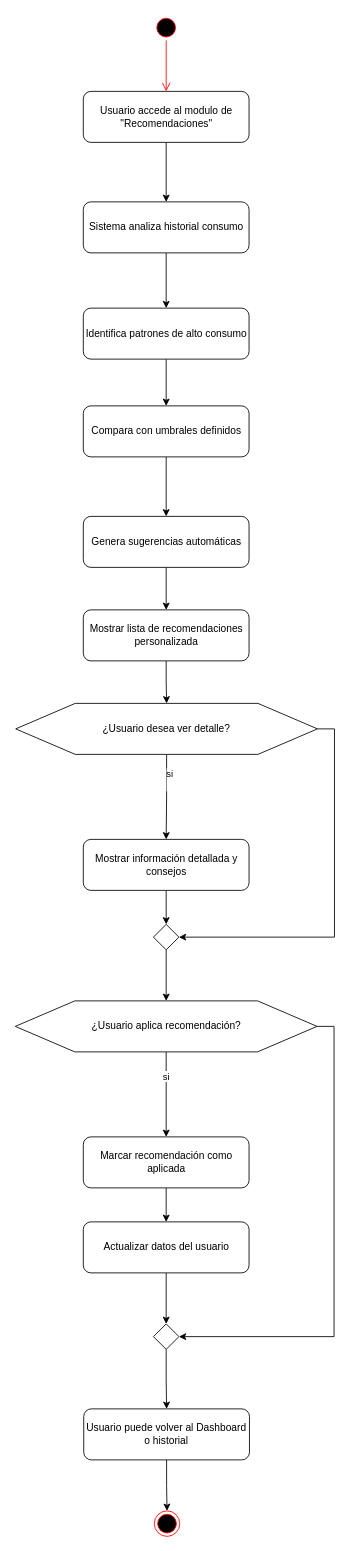
This is Flujos de interaccion de usuario/Flujo de recomendaciones electricas.drawio from Juan-Cortes2045/Energy-Monitor-Documentation, a draw.io file, before an edit. Source tidied: cells renumbered, new cells numbered last; positions are measured from the earlier drawing's top-left corner, leaving out a move shared by most shapes. Both pictures are drawn from the tidied source at 85%, with x=0, y=0 at pixel (15, 14).
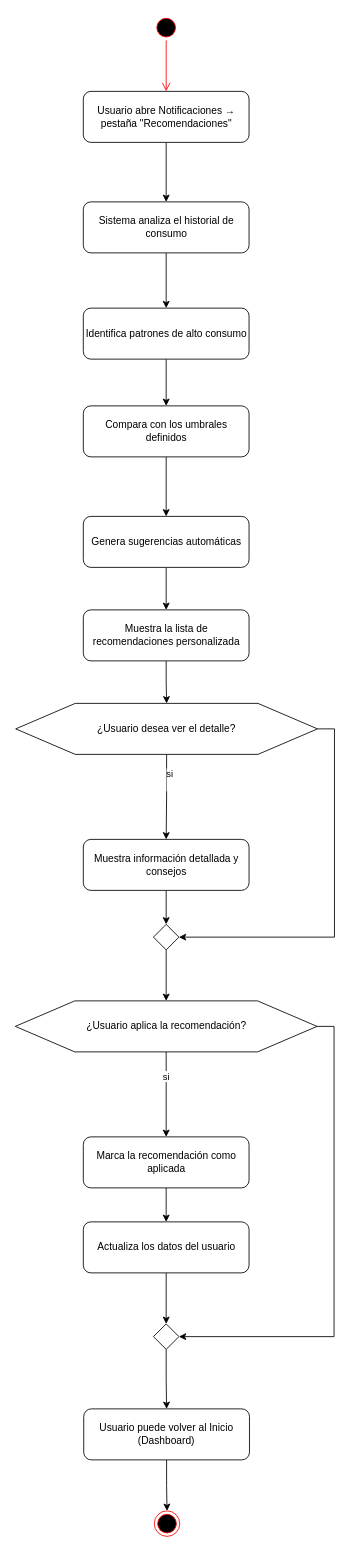
Above is the later version.

What changed in the source:
```diff
@@
-    <mxCell id="5" value="Usuario accede al modulo de &quot;Recomendaciones&quot;" style="rounded=1;whiteSpace=wrap;html=1;" parent="1" vertex="1">
+    <mxCell id="5" value="Usuario abre Notificaciones → pestaña &quot;Recomendaciones&quot;" style="rounded=1;whiteSpace=wrap;html=1;" parent="1" vertex="1">
       <mxGeometry x="79.5" y="90" width="195" height="60" as="geometry" />
     </mxCell>
@@
-    <mxCell id="7" value="Sistema analiza historial consumo" style="rounded=1;whiteSpace=wrap;html=1;" parent="1" vertex="1">
+    <mxCell id="7" value="Sistema analiza el historial de consumo" style="rounded=1;whiteSpace=wrap;html=1;" parent="1" vertex="1">
       <mxGeometry x="79.5" y="220" width="195" height="60" as="geometry" />
     </mxCell>
@@
-    <mxCell id="11" value="Compara con umbrales definidos" style="rounded=1;whiteSpace=wrap;html=1;" parent="1" vertex="1">
+    <mxCell id="11" value="Compara con los umbrales definidos" style="rounded=1;whiteSpace=wrap;html=1;" parent="1" vertex="1">
       <mxGeometry x="79.5" y="460" width="195" height="60" as="geometry" />
     </mxCell>
@@
-    <mxCell id="15" value="&lt;div&gt;Mostrar lista de recomendaciones personalizada&lt;/div&gt;" style="rounded=1;whiteSpace=wrap;html=1;" parent="1" vertex="1">
+    <mxCell id="15" value="&lt;div&gt;Muestra la lista de recomendaciones personalizada&lt;/div&gt;" style="rounded=1;whiteSpace=wrap;html=1;" parent="1" vertex="1">
       <mxGeometry x="79.5" y="700" width="195" height="60" as="geometry" />
     </mxCell>
@@
-    <mxCell id="20" value="&lt;div&gt;Mostrar información detallada y consejos&lt;/div&gt;" style="rounded=1;whiteSpace=wrap;html=1;" parent="1" vertex="1">
+    <mxCell id="20" value="&lt;div&gt;Muestra información detallada y consejos&lt;/div&gt;" style="rounded=1;whiteSpace=wrap;html=1;" parent="1" vertex="1">
       <mxGeometry x="79.5" y="970" width="195" height="60" as="geometry" />
     </mxCell>
@@
-    <mxCell id="27" value="&lt;div&gt;Marcar recomendación como aplicada&lt;/div&gt;" style="rounded=1;whiteSpace=wrap;html=1;" parent="1" vertex="1">
+    <mxCell id="27" value="&lt;div&gt;Marca la recomendación como aplicada&lt;/div&gt;" style="rounded=1;whiteSpace=wrap;html=1;" parent="1" vertex="1">
       <mxGeometry x="79.5" y="1320" width="195" height="60" as="geometry" />
     </mxCell>
@@
-    <mxCell id="29" value="&lt;div&gt;Actualizar datos del usuario&lt;/div&gt;" style="rounded=1;whiteSpace=wrap;html=1;" parent="1" vertex="1">
+    <mxCell id="29" value="&lt;div&gt;Actualiza los datos del usuario&lt;/div&gt;" style="rounded=1;whiteSpace=wrap;html=1;" parent="1" vertex="1">
       <mxGeometry x="79.5" y="1420" width="195" height="60" as="geometry" />
     </mxCell>
@@
-    <mxCell id="33" value="Usuario puede volver al Dashboard o historial" style="rounded=1;whiteSpace=wrap;html=1;" parent="1" vertex="1">
+    <mxCell id="33" value="Usuario puede volver al Inicio (Dashboard)" style="rounded=1;whiteSpace=wrap;html=1;" parent="1" vertex="1">
       <mxGeometry x="80" y="1640" width="195" height="60" as="geometry" />
     </mxCell>
@@
-    <mxCell id="35" value="&lt;span style=&quot;text-wrap-mode: nowrap;&quot;&gt;¿Usuario desea ver detalle?&lt;/span&gt;" style="shape=hexagon;perimeter=hexagonPerimeter2;whiteSpace=wrap;html=1;fixedSize=1;size=70;" parent="1" vertex="1">
+    <mxCell id="35" value="&lt;span style=&quot;text-wrap-mode: nowrap;&quot;&gt;¿Usuario desea ver el detalle?&lt;/span&gt;" style="shape=hexagon;perimeter=hexagonPerimeter2;whiteSpace=wrap;html=1;fixedSize=1;size=70;" parent="1" vertex="1">
       <mxGeometry y="810" width="355" height="60" as="geometry" />
     </mxCell>
-    <mxCell id="36" value="&lt;span style=&quot;text-wrap-mode: nowrap;&quot;&gt;¿Usuario aplica recomendación?&lt;/span&gt;" style="shape=hexagon;perimeter=hexagonPerimeter2;whiteSpace=wrap;html=1;fixedSize=1;size=70;" parent="1" vertex="1">
+    <mxCell id="36" value="&lt;span style=&quot;text-wrap-mode: nowrap;&quot;&gt;¿Usuario aplica la recomendación?&lt;/span&gt;" style="shape=hexagon;perimeter=hexagonPerimeter2;whiteSpace=wrap;html=1;fixedSize=1;size=70;" parent="1" vertex="1">
       <mxGeometry x="-0.5" y="1160" width="355" height="60" as="geometry" />
     </mxCell>
```
